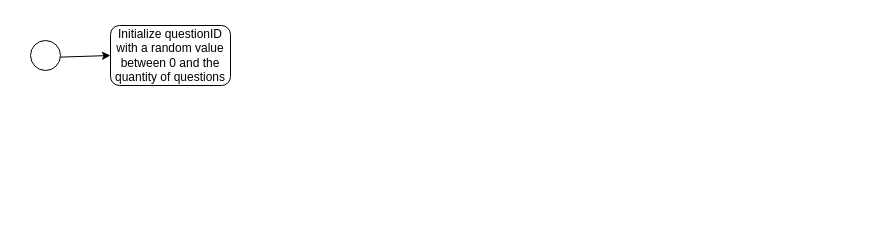
This is kuizzes.drawio from josewalks/kuizzes, a draw.io file, before an edit. Source tidied: cells renumbered, new cells numbered last; positions are measured from the earlier drawing's top-left corner, leaving out a move shared by most shapes. Both pictures are drawn from the tidied source at 100%, with x=0, y=0 at pixel (30, 25).
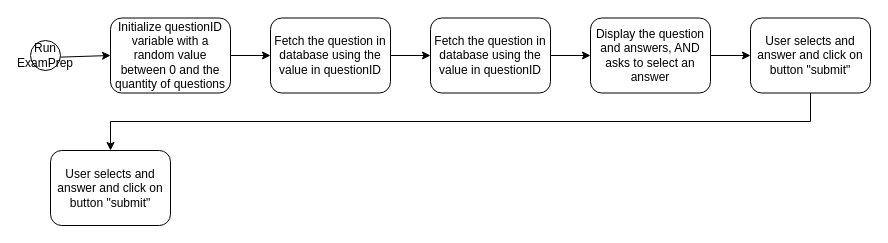
The same diagram, later.

The edit, as a diff of the source:
```diff
@@
 <mxGraphModel>
   <root>
     <mxCell id="0" />
     <mxCell id="1" parent="0" />
     <mxCell id="2" style="edgeStyle=none;rounded=0;jettySize=auto;html=1;entryX=0;entryY=0.5;entryDx=0;entryDy=0;" parent="1" edge="1" source="3" target="4">
       <mxGeometry relative="1" as="geometry" />
     </mxCell>
-    <mxCell id="3" style="ellipse;whiteSpace=wrap;html=1;" parent="1" vertex="1">
+    <mxCell id="3" value="Run ExamPrep" style="ellipse;whiteSpace=wrap;html=1;" parent="1" vertex="1">
       <mxGeometry y="15" width="30" height="30" as="geometry" />
     </mxCell>
+    <mxCell id="5" style="edgeStyle=none;rounded=0;jettySize=auto;html=1;" parent="1" edge="1" source="4" target="7">
+      <mxGeometry relative="1" as="geometry" />
+    </mxCell>
-    <mxCell id="4" value="Initialize questionID with a random value between 0 and the quantity of questions" style="rounded=1;whiteSpace=wrap;html=1;" parent="1" vertex="1">
-      <mxGeometry x="80" width="120" height="60" as="geometry" />
+    <mxCell id="4" value="Initialize questionID variable with a random value between 0 and the quantity of questions" style="rounded=1;whiteSpace=wrap;html=1;" parent="1" vertex="1">
+      <mxGeometry x="80" y="-7.5" width="120" height="75" as="geometry" />
     </mxCell>
+    <mxCell id="6" style="edgeStyle=none;rounded=0;jettySize=auto;html=1;" parent="1" edge="1" source="7" target="9">
+      <mxGeometry relative="1" as="geometry" />
+    </mxCell>
+    <mxCell id="7" value="Fetch the question in database using the value in questionID" style="rounded=1;whiteSpace=wrap;html=1;" parent="1" vertex="1">
+      <mxGeometry x="240" y="-7.5" width="120" height="75" as="geometry" />
+    </mxCell>
+    <mxCell id="8" style="edgeStyle=none;rounded=0;jettySize=auto;html=1;" parent="1" edge="1" source="9" target="11">
+      <mxGeometry relative="1" as="geometry" />
+    </mxCell>
+    <mxCell id="9" value="Fetch the question in database using the value in questionID" style="rounded=1;whiteSpace=wrap;html=1;" parent="1" vertex="1">
+      <mxGeometry x="400" y="-7.5" width="120" height="75" as="geometry" />
+    </mxCell>
+    <mxCell id="10" style="edgeStyle=none;rounded=0;jettySize=auto;html=1;" parent="1" edge="1" source="11" target="13">
+      <mxGeometry relative="1" as="geometry" />
+    </mxCell>
+    <mxCell id="11" value="Display the question and answers, AND asks to select an answer" style="rounded=1;whiteSpace=wrap;html=1;" parent="1" vertex="1">
+      <mxGeometry x="560" y="-7.5" width="120" height="75" as="geometry" />
+    </mxCell>
+    <mxCell id="12" style="edgeStyle=elbowEdgeStyle;rounded=0;jettySize=auto;html=1;elbow=vertical;" parent="1" edge="1" source="13" target="14">
+      <mxGeometry relative="1" as="geometry" />
+    </mxCell>
+    <mxCell id="13" value="User selects and answer and click on button &quot;submit&quot;" style="rounded=1;whiteSpace=wrap;html=1;" parent="1" vertex="1">
+      <mxGeometry x="720" y="-7.5" width="120" height="75" as="geometry" />
+    </mxCell>
+    <mxCell id="14" value="User selects and answer and click on button &quot;submit&quot;" style="rounded=1;whiteSpace=wrap;html=1;" parent="1" vertex="1">
+      <mxGeometry x="20" y="125" width="120" height="75" as="geometry" />
+    </mxCell>
   </root>
 </mxGraphModel>
```
